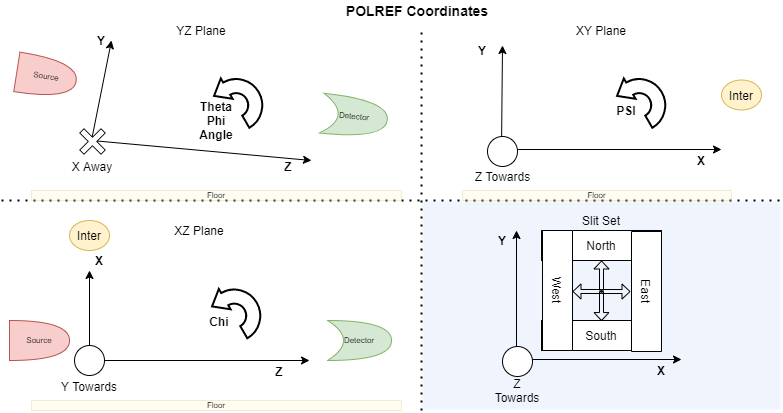
Earlier version of the draw.io export reflectometers/AxesOnPolref.png (ISISComputingGroup/ibex_developers_manual). Source tidied: cells renumbered, new cells last; positions are measured from the earlier drawing's top-left corner, leaving out a move shared by most shapes.
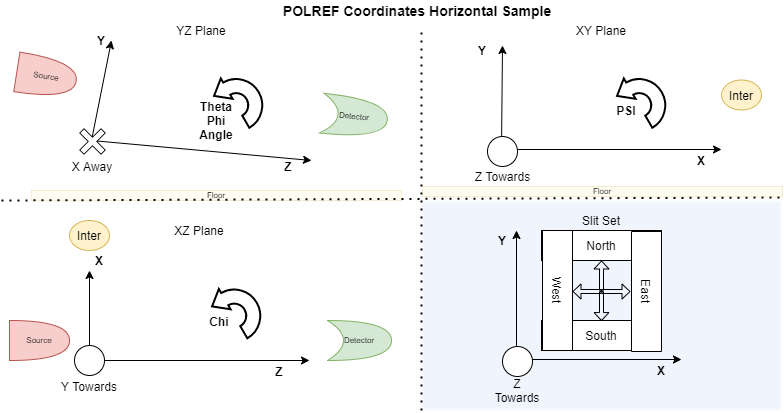
After the commit.

Diff of the diagram source:
```diff
@@ -184,7 +184,7 @@
     </mxCell>
     <mxCell id="51" style="endArrow=none;dashed=1;html=1;dashPattern=1 3;strokeWidth=2;" parent="1" edge="1">
       <mxGeometry relative="1" as="geometry">
-        <mxPoint y="200" as="sourcePoint" />
+        <mxPoint x="780" y="200" as="sourcePoint" />
         <mxPoint x="780" y="200" as="targetPoint" />
       </mxGeometry>
     </mxCell>
@@ -193,17 +193,20 @@
         <mxPoint x="420" y="30" as="targetPoint" />
       </mxGeometry>
     </mxCell>
-    <mxCell id="53" value="POLREF Coordinates" style="text;html=1;strokeColor=none;fillColor=none;align=center;verticalAlign=middle;whiteSpace=wrap;rounded=0;fontStyle=1;fontSize=14;" parent="1" vertex="1">
-      <mxGeometry x="331" width="170" height="20" as="geometry" />
+    <mxCell id="53" value="POLREF Coordinates Horizontal Sample" style="text;html=1;strokeColor=none;fillColor=none;align=center;verticalAlign=middle;whiteSpace=wrap;rounded=0;fontStyle=1;fontSize=14;" parent="1" vertex="1">
+      <mxGeometry x="262" width="308" height="20" as="geometry" />
     </mxCell>
-    <mxCell id="54" value="Floor" style="rounded=0;whiteSpace=wrap;html=1;glass=0;fontSize=8;opacity=25;fillColor=#fff2cc;strokeColor=#d6b656;" parent="1" vertex="1">
-      <mxGeometry x="30" y="400" width="370" height="10" as="geometry" />
-    </mxCell>
     <mxCell id="55" value="Floor" style="rounded=0;whiteSpace=wrap;html=1;glass=0;fontSize=8;opacity=25;fillColor=#fff2cc;strokeColor=#d6b656;" parent="1" vertex="1">
       <mxGeometry x="30" y="190" width="370" height="10" as="geometry" />
     </mxCell>
-    <mxCell id="56" value="Floor" style="rounded=0;whiteSpace=wrap;html=1;glass=0;fontSize=8;opacity=25;fillColor=#fff2cc;strokeColor=#d6b656;" parent="1" vertex="1">
-      <mxGeometry x="461" y="190" width="269" height="10" as="geometry" />
-    </mxCell>
+    <mxCell id="57" style="endArrow=none;dashed=1;html=1;dashPattern=1 3;strokeWidth=2;" parent="1" edge="1">
+      <mxGeometry relative="1" as="geometry">
+        <mxPoint y="200" as="sourcePoint" />
+        <mxPoint x="780" y="197" as="targetPoint" />
+      </mxGeometry>
+    </mxCell>
+    <mxCell id="58" value="Floor" style="rounded=0;whiteSpace=wrap;html=1;glass=0;fontSize=8;opacity=25;fillColor=#fff2cc;strokeColor=#d6b656;" parent="1" vertex="1">
+      <mxGeometry x="421" y="186" width="360" height="10" as="geometry" />
+    </mxCell>
   </root>
 </mxGraphModel>
```
